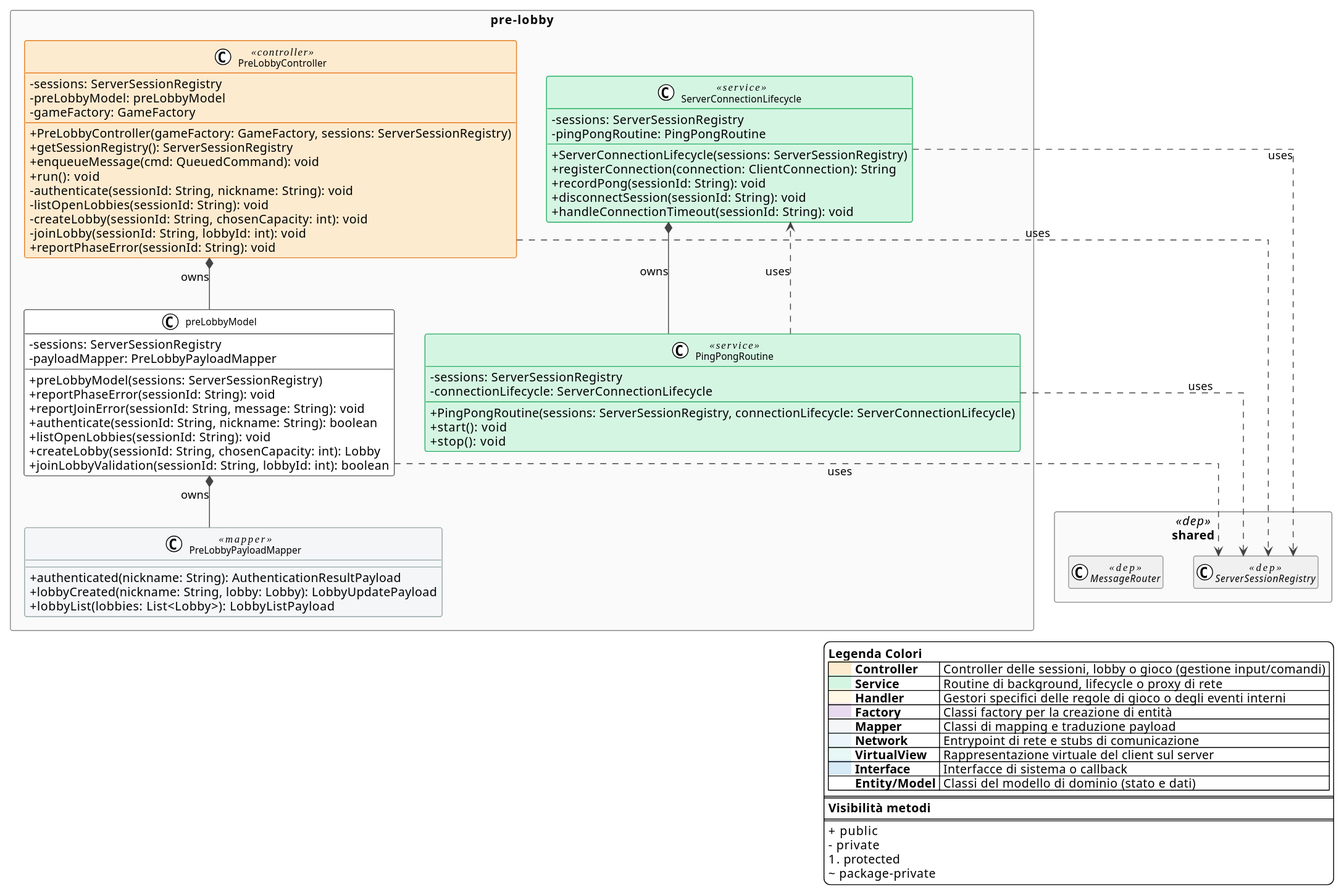
Above: deliverables/uml/svg/server-prelobby.svg in Zorli/MesosProject (PlantUML), before the change.
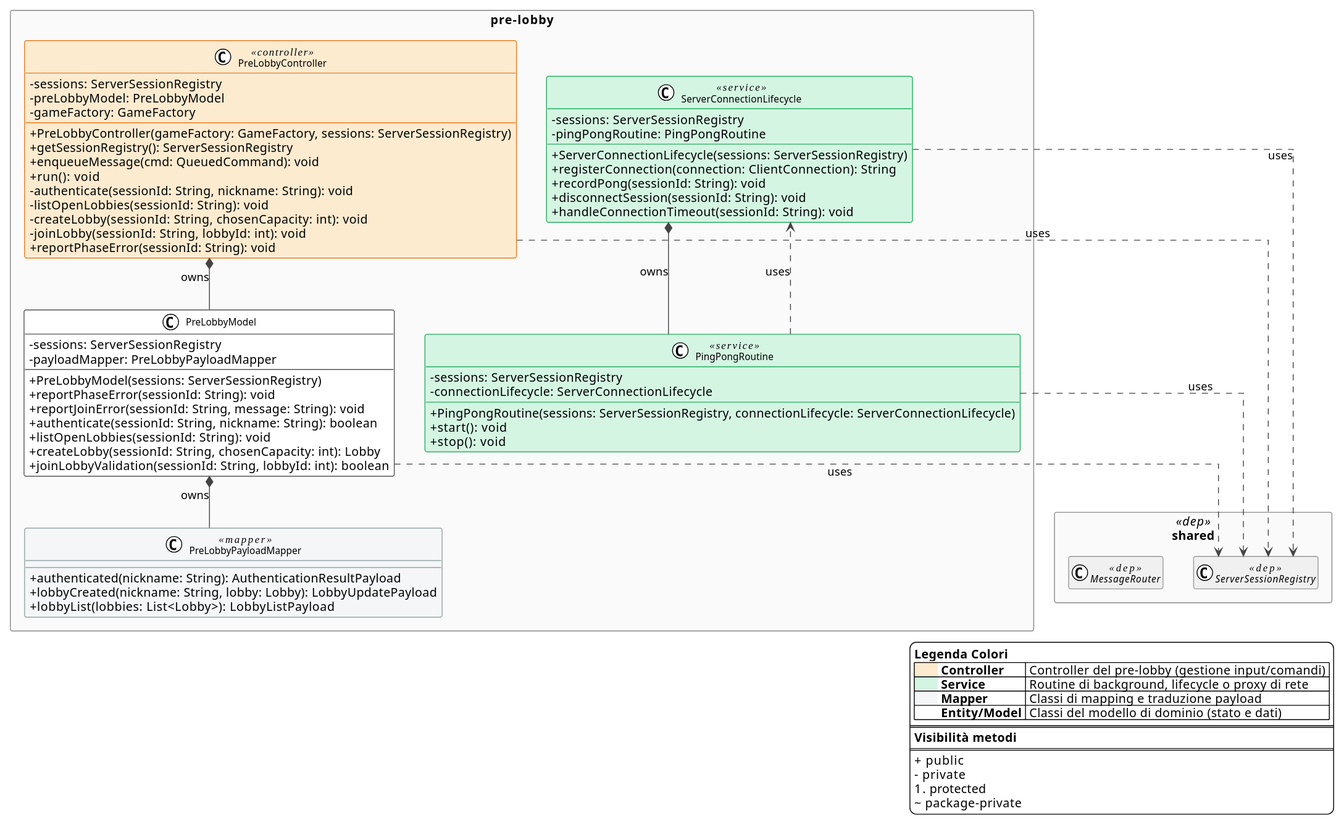
The same file after the commit.

Change to the diagram source:
```diff
@@ -63,7 +63,7 @@
 
   class PreLobbyController <<controller>> {
     - sessions: ServerSessionRegistry
-    - preLobbyModel: preLobbyModel
+    - preLobbyModel: PreLobbyModel
     - gameFactory: GameFactory
     + PreLobbyController(gameFactory: GameFactory, sessions: ServerSessionRegistry)
     + getSessionRegistry(): ServerSessionRegistry
@@ -76,10 +76,10 @@
     + reportPhaseError(sessionId: String): void
   }
 
-  class preLobbyModel {
+  class PreLobbyModel {
     - sessions: ServerSessionRegistry
     - payloadMapper: PreLobbyPayloadMapper
-    + preLobbyModel(sessions: ServerSessionRegistry)
+    + PreLobbyModel(sessions: ServerSessionRegistry)
     + reportPhaseError(sessionId: String): void
     + reportJoinError(sessionId: String, message: String): void
     + authenticate(sessionId: String, nickname: String): boolean
@@ -114,15 +114,15 @@
 }
 
 
-PreLobbyController *-- preLobbyModel              : owns
+PreLobbyController *-- PreLobbyModel              : owns
 
 ServerConnectionLifecycle *-- PingPongRoutine : owns
 
-preLobbyModel *-- PreLobbyPayloadMapper : owns
+PreLobbyModel *-- PreLobbyPayloadMapper : owns
 
 PreLobbyController ..> ServerSessionRegistry : uses
 
-preLobbyModel ..> ServerSessionRegistry     : uses
+PreLobbyModel ..> ServerSessionRegistry     : uses
 
 ServerConnectionLifecycle ..> ServerSessionRegistry : uses
 PingPongRoutine ..> ServerSessionRegistry           : uses
@@ -131,14 +131,9 @@
 
 legend right
   <b>Legenda Colori</b>
-  |<back:#FDEBD0>      </back> <b>Controller</b> | Controller delle sessioni, lobby o gioco (gestione input/comandi) |
+  |<back:#FDEBD0>      </back> <b>Controller</b> | Controller del pre-lobby (gestione input/comandi) |
   |<back:#D5F5E3>      </back> <b>Service</b> | Routine di background, lifecycle o proxy di rete |
-  |<back:#FEF9E7>      </back> <b>Handler</b> | Gestori specifici delle regole di gioco o degli eventi interni |
-  |<back:#E8DAEF>      </back> <b>Factory</b> | Classi factory per la creazione di entità |
   |<back:#F4F6F7>      </back> <b>Mapper</b> | Classi di mapping e traduzione payload |
-  |<back:#EBF5FB>      </back> <b>Network</b> | Entrypoint di rete e stubs di comunicazione |
-  |<back:#E8F8F5>      </back> <b>VirtualView</b> | Rappresentazione virtuale del client sul server |
-  |<back:#D6EAF8>      </back> <b>Interface</b> | Interfacce di sistema o callback |
   |<back:#FFFFFF>      </back> <b>Entity/Model</b> | Classi del modello di dominio (stato e dati) |
   ====
   <b>Visibilità metodi</b>
```
